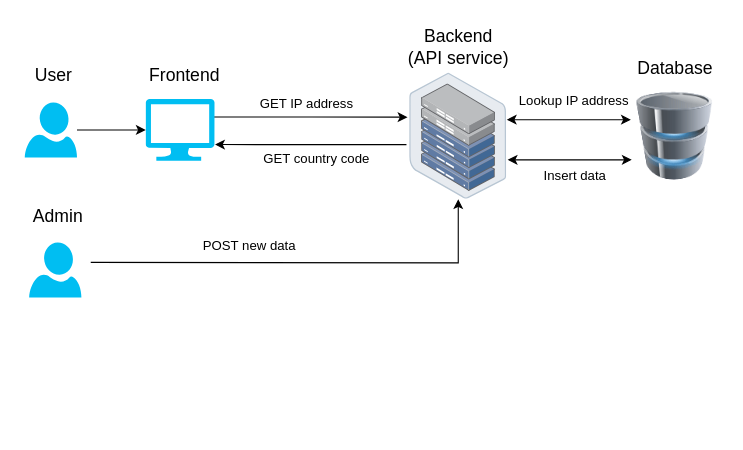
Before: documentation/Diagrams.drawio in DAguirreAg/IP-to-Geolocation, a draw.io diagram. Source tidied: cells renumbered, new cells numbered last; positions are measured from the earlier drawing's top-left corner, leaving out a move shared by most shapes. Both pictures are drawn from the tidied source at 110%, with x=0, y=0 at pixel (19, 19). Pictures stored in the file or linked from it are replaced by grey dashed boxes.
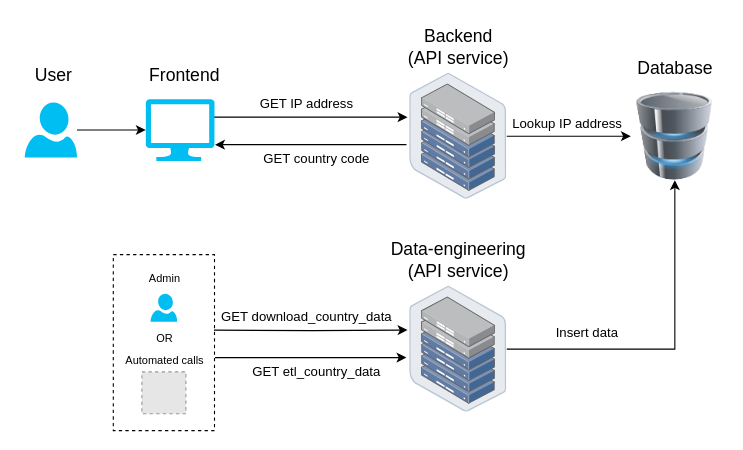
Above is the later version.

Unchanged cells that the change refers to:
```xml
<mxCell id="7" style="image;points=[];html=1;align=center;shadow=0;dashed=0;image=img/lib/allied_telesis/storage/Datacenter_Server_Half_Rack_ToR.svg;" parent="1" vertex="1">
  <mxGeometry x="355" y="49" width="88.2" height="114.6" as="geometry" />
</mxCell>
<mxCell id="8" style="image;html=1;image=img/lib/clip_art/computers/Database_128x128.png;" parent="1" vertex="1">
  <mxGeometry x="556" y="66.3" width="80" height="80" as="geometry" />
</mxCell>
```

Change to the diagram source:
```diff
@@
     <mxCell id="5" style="verticalLabelPosition=bottom;html=1;verticalAlign=top;align=center;strokeColor=none;fillColor=#00BEF2;shape=mxgraph.azure.computer;" parent="1" vertex="1">
-      <mxGeometry x="115" y="72.5" width="62.5" height="56.2" as="geometry" />
+      <mxGeometry x="115" y="72.6" width="62.5" height="56.2" as="geometry" />
     </mxCell>
-    <mxCell id="6" style="edgeStyle=orthogonalEdgeStyle;rounded=0;orthogonalLoop=1;jettySize=auto;html=1;entryX=0;entryY=0.5;entryDx=0;entryDy=0;startArrow=classic;startFill=1;" parent="1" edge="1">
-      <mxGeometry relative="1" as="geometry">
-        <mxPoint x="443.2" y="91.3" as="sourcePoint" />
-        <mxPoint x="556" y="91.3" as="targetPoint" />
-      </mxGeometry>
-    </mxCell>
+    <mxCell id="23" style="edgeStyle=orthogonalEdgeStyle;rounded=0;jettySize=auto;html=1;" parent="1" edge="1" source="7" target="8">
+      <mxGeometry relative="1" as="geometry" />
+    </mxCell>
@@
     <mxCell id="16" value="Lookup IP address" style="text;html=1;align=center;verticalAlign=middle;strokeColor=none;fillColor=none;" parent="1" vertex="1">
-      <mxGeometry x="444" y="59.3" width="120" height="30" as="geometry" />
+      <mxGeometry x="438.2" y="79.7" width="120" height="30" as="geometry" />
     </mxCell>
+    <mxCell id="24" style="edgeStyle=orthogonalEdgeStyle;rounded=0;jettySize=auto;html=1;exitX=0.992;exitY=0.292;exitDx=0;exitDy=0;exitPerimeter=0;entryX=-0.023;entryY=0.349;entryDx=0;entryDy=0;entryPerimeter=0;" parent="1" edge="1" target="26">
+      <mxGeometry relative="1" as="geometry">
+        <mxPoint x="177" y="282.6" as="sourcePoint" />
+      </mxGeometry>
+    </mxCell>
+    <mxCell id="25" style="edgeStyle=orthogonalEdgeStyle;rounded=0;jettySize=auto;html=1;entryX=0.5;entryY=1;entryDx=0;entryDy=0;" parent="1" edge="1" source="26" target="8">
+      <mxGeometry relative="1" as="geometry" />
+    </mxCell>
+    <mxCell id="26" style="image;points=[];html=1;align=center;shadow=0;dashed=0;image=img/lib/allied_telesis/storage/Datacenter_Server_Half_Rack_ToR.svg;" parent="1" vertex="1">
+      <mxGeometry x="355" y="242.6" width="88.2" height="114.6" as="geometry" />
+    </mxCell>
+    <mxCell id="27" value="&lt;div style=&quot;font-size: 16px;&quot;&gt;Data-engineering&lt;/div&gt;&lt;div style=&quot;font-size: 16px;&quot;&gt;(API service)&lt;/div&gt;" style="text;html=1;align=center;verticalAlign=middle;strokeColor=none;fillColor=none;fontSize=16;" parent="1" vertex="1">
+      <mxGeometry x="324.1" y="193.6" width="150" height="50" as="geometry" />
+    </mxCell>
+    <mxCell id="28" value="GET download_country_data" style="text;html=1;align=center;verticalAlign=middle;strokeColor=none;fillColor=none;" parent="1" vertex="1">
+      <mxGeometry x="171" y="255.6" width="180" height="30" as="geometry" />
+    </mxCell>
+    <mxCell id="29" value="GET etl_country_data" style="text;html=1;align=center;verticalAlign=middle;strokeColor=none;fillColor=none;" parent="1" vertex="1">
+      <mxGeometry x="200" y="305.6" width="140" height="30" as="geometry" />
+    </mxCell>
+    <mxCell id="30" style="edgeStyle=orthogonalEdgeStyle;rounded=0;jettySize=auto;html=1;exitX=-0.034;exitY=0.567;exitDx=0;exitDy=0;exitPerimeter=0;entryX=1.008;entryY=0.737;entryDx=0;entryDy=0;entryPerimeter=0;startArrow=classic;startFill=1;endArrow=none;endFill=0;" parent="1" edge="1" source="26">
+      <mxGeometry relative="1" as="geometry">
+        <mxPoint x="178" y="307.6" as="targetPoint" />
+      </mxGeometry>
+    </mxCell>
+    <mxCell id="31" style="group;" parent="1" vertex="1">
+      <mxGeometry x="85.5" y="214" width="92" height="160" as="geometry" />
+    </mxCell>
+    <mxCell id="32" style="rounded=0;whiteSpace=wrap;html=1;fillColor=none;dashed=1;" parent="31" vertex="1">
+      <mxGeometry width="92" height="160" as="geometry" />
+    </mxCell>
-    <mxCell id="17" style="verticalLabelPosition=bottom;html=1;verticalAlign=top;align=center;strokeColor=none;fillColor=#00BEF2;shape=mxgraph.azure.user;" parent="1" vertex="1">
-      <mxGeometry x="9" y="203" width="47.5" height="50" as="geometry" />
+    <mxCell id="17" style="verticalLabelPosition=bottom;html=1;verticalAlign=top;align=center;strokeColor=none;fillColor=#00BEF2;shape=mxgraph.azure.user;" parent="31" vertex="1">
+      <mxGeometry x="33.8" y="35.5" width="24.3" height="25.6" as="geometry" />
     </mxCell>
-    <mxCell id="18" value="Admin" style="text;html=1;align=center;verticalAlign=middle;strokeColor=none;fillColor=none;fontSize=16;" parent="1" vertex="1">
-      <mxGeometry y="163.6" width="70" height="30" as="geometry" />
+    <mxCell id="18" value="Admin" style="text;html=1;align=center;verticalAlign=middle;strokeColor=none;fillColor=none;fontSize=10;" parent="31" vertex="1">
+      <mxGeometry x="21" y="5.5" width="50" height="30" as="geometry" />
     </mxCell>
-    <mxCell id="19" style="edgeStyle=orthogonalEdgeStyle;rounded=0;jettySize=auto;html=1;" parent="1" edge="1" target="7">
-      <mxGeometry relative="1" as="geometry">
-        <mxPoint x="65" y="221" as="sourcePoint" />
-      </mxGeometry>
-    </mxCell>
-    <mxCell id="20" value="POST new data" style="text;html=1;align=center;verticalAlign=middle;strokeColor=none;fillColor=none;" parent="1" vertex="1">
-      <mxGeometry x="154" y="191" width="110" height="30" as="geometry" />
-    </mxCell>
-    <mxCell id="21" style="edgeStyle=orthogonalEdgeStyle;rounded=0;orthogonalLoop=1;jettySize=auto;html=1;entryX=0;entryY=0.5;entryDx=0;entryDy=0;startArrow=classic;startFill=1;" parent="1" edge="1">
-      <mxGeometry relative="1" as="geometry">
-        <mxPoint x="444" y="127.8" as="sourcePoint" />
-        <mxPoint x="556.8" y="127.8" as="targetPoint" />
-      </mxGeometry>
-    </mxCell>
+    <mxCell id="33" style="fillColor=#E6E6E6;strokeColor=#999999;dashed=1;html=1;verticalLabelPosition=bottom;labelBackgroundColor=#ffffff;verticalAlign=top;" parent="31" vertex="1">
+      <mxGeometry x="26" y="106.6" width="40" height="38" as="geometry" />
+    </mxCell>
+    <mxCell id="34" value="Automated calls" style="text;html=1;align=center;verticalAlign=middle;strokeColor=none;fillColor=none;fontSize=10;" parent="31" vertex="1">
+      <mxGeometry x="1" y="81" width="90" height="30" as="geometry" />
+    </mxCell>
+    <mxCell id="35" value="OR" style="text;html=1;align=center;verticalAlign=middle;strokeColor=none;fillColor=none;fontSize=10;" parent="31" vertex="1">
+      <mxGeometry x="26" y="61.1" width="40" height="30" as="geometry" />
+    </mxCell>
     <mxCell id="22" value="Insert data" style="text;html=1;align=center;verticalAlign=middle;strokeColor=none;fillColor=none;" parent="1" vertex="1">
-      <mxGeometry x="464.8" y="127.8" width="80" height="30" as="geometry" />
+      <mxGeometry x="476" y="270" width="80" height="30" as="geometry" />
     </mxCell>
```
